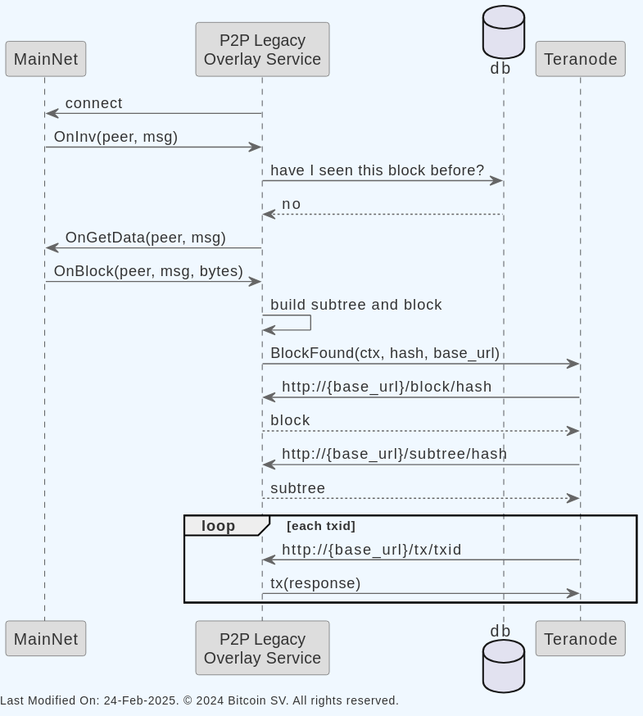
Above: docs/topics/services/img/plantuml/legacyp2p/legacy_p2p_bsv_to_teranode.svg in freemans13/teranode (PlantUML), before the change. The source it was exported from:
```plantuml
@startuml
skinparam backgroundColor #F0F8FF
skinparam defaultFontColor #333333
skinparam arrowColor #666666

skinparam entity {
  BorderColor #666666
  BackgroundColor #DDDDDD
}

skinparam control {
  BorderColor #666666
  BackgroundColor #DDDDDD
}

skinparam participant {
  BorderColor #666666
  BackgroundColor #DDDDDD
}




participant MainNet as mainnet
participant "P2P Legacy\nOverlay Service" as legacy
database db
participant "Teranode" as teranode

legacy -> mainnet: connect

mainnet -> legacy : OnInv(peer, msg)

legacy -> db: have I seen this block before?
return no

legacy -> mainnet: OnGetData(peer, msg)


mainnet -> legacy : OnBlock(peer, msg, bytes)

legacy -> legacy: build subtree and block

legacy -> teranode: BlockFound(ctx, hash, base_url)

teranode -> legacy: http://{base_url}/block/hash

legacy --> teranode: block

teranode -> legacy: http://{base_url}/subtree/hash

legacy --> teranode: subtree


loop each txid
    teranode -> legacy: http://{base_url}/tx/txid
    legacy -> teranode: tx(response)
end

left footer "Last Modified On: %date("dd-MMM-yyyy"). © 2024 Bitcoin SV. All rights reserved."
@enduml
```
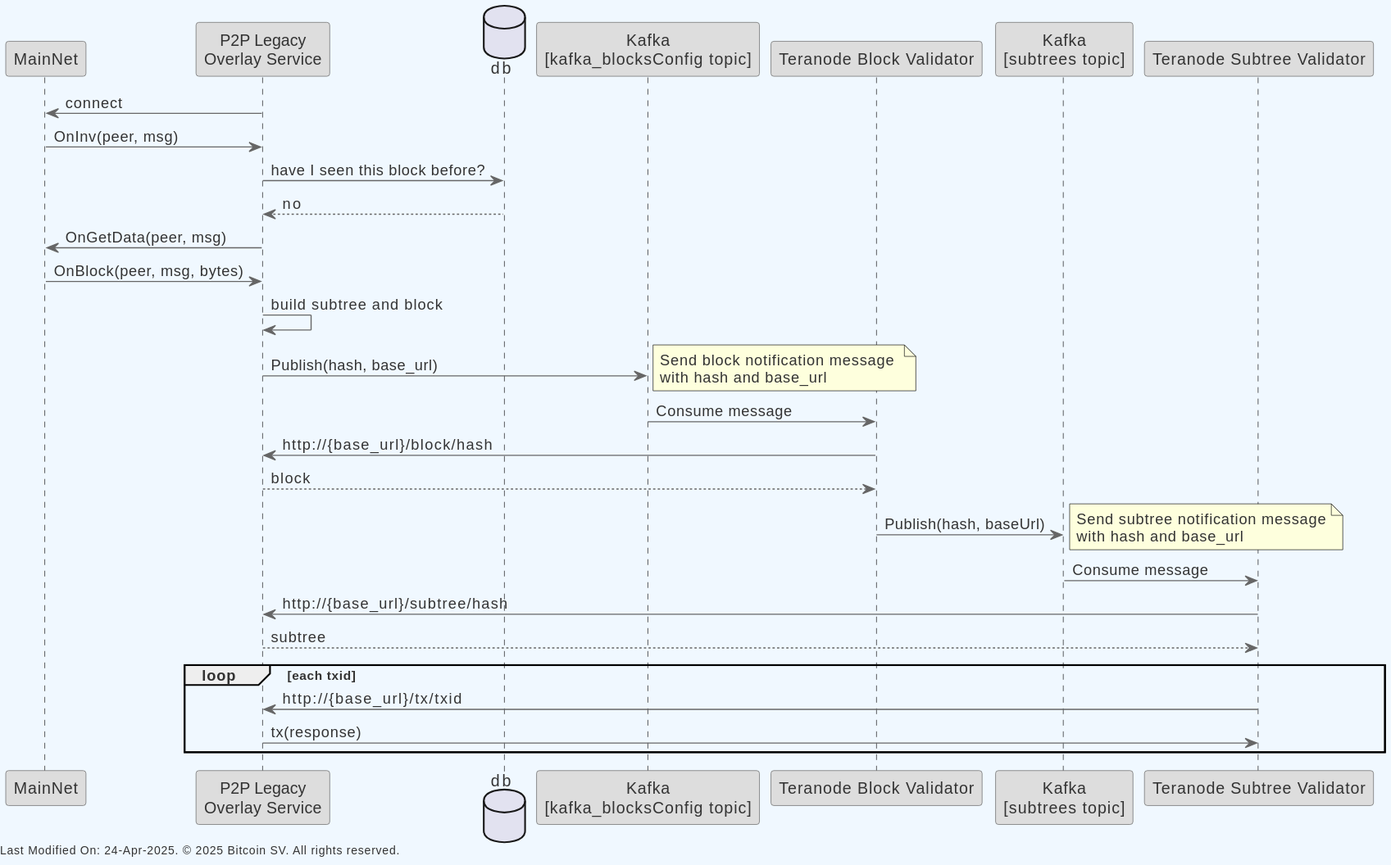
After the change.

The edit, as a diff of the source:
```diff
@@ -24,7 +24,10 @@
 participant MainNet as mainnet
 participant "P2P Legacy\nOverlay Service" as legacy
 database db
-participant "Teranode" as teranode
+participant "Kafka\n[kafka_blocksConfig topic]" as kafkaBlock
+participant "Teranode Block Validator" as blockValidator
+participant "Kafka\n[subtrees topic]" as kafkaSubtree
+participant "Teranode Subtree Validator" as subtreeValidator
 
 legacy -> mainnet: connect
 
@@ -40,21 +43,29 @@
 
 legacy -> legacy: build subtree and block
 
-legacy -> teranode: BlockFound(ctx, hash, base_url)
+legacy -> kafkaBlock: Publish(hash, base_url)
+note right: Send block notification message \nwith hash and base_url
 
-teranode -> legacy: http://{base_url}/block/hash
+kafkaBlock -> blockValidator: Consume message
 
-legacy --> teranode: block
+blockValidator -> legacy: http://{base_url}/block/hash
 
-teranode -> legacy: http://{base_url}/subtree/hash
+legacy --> blockValidator: block
 
-legacy --> teranode: subtree
+blockValidator -> kafkaSubtree: Publish(hash, baseUrl)
+note right: Send subtree notification message\nwith hash and base_url
+
+kafkaSubtree -> subtreeValidator: Consume message
+
+subtreeValidator -> legacy: http://{base_url}/subtree/hash
+
+legacy --> subtreeValidator: subtree
 
 
 loop each txid
-    teranode -> legacy: http://{base_url}/tx/txid
-    legacy -> teranode: tx(response)
+    subtreeValidator -> legacy: http://{base_url}/tx/txid
+    legacy -> subtreeValidator: tx(response)
 end
 
-left footer "Last Modified On: %date("dd-MMM-yyyy"). © 2024 Bitcoin SV. All rights reserved."
+left footer "Last Modified On: %date("dd-MMM-yyyy"). © 2025 Bitcoin SV. All rights reserved."
 @enduml
```
